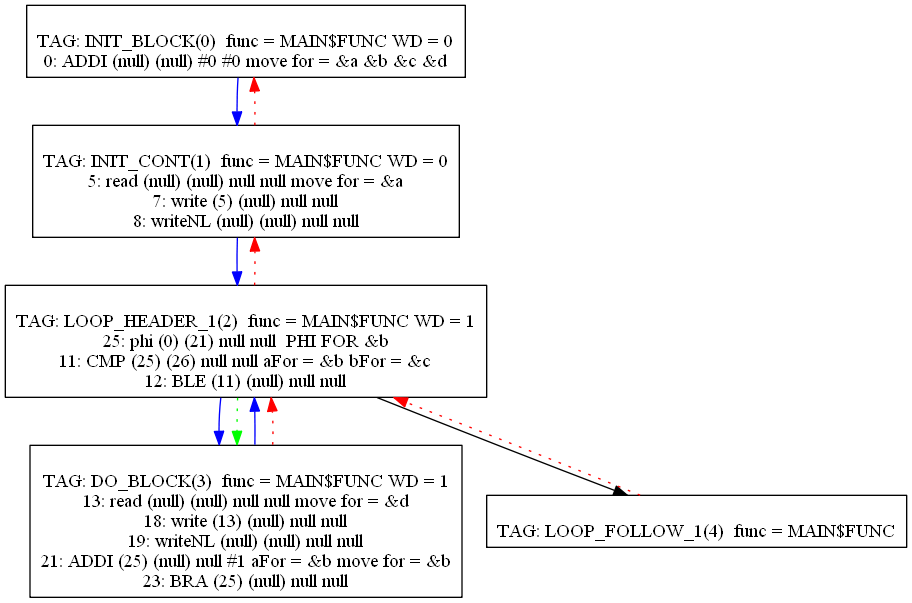
Earlier version of the Graphviz export Compiler/31graph.png (mbajaj92/Project-Astoria). Its source is kept beside it as Compiler/31graph.dot.
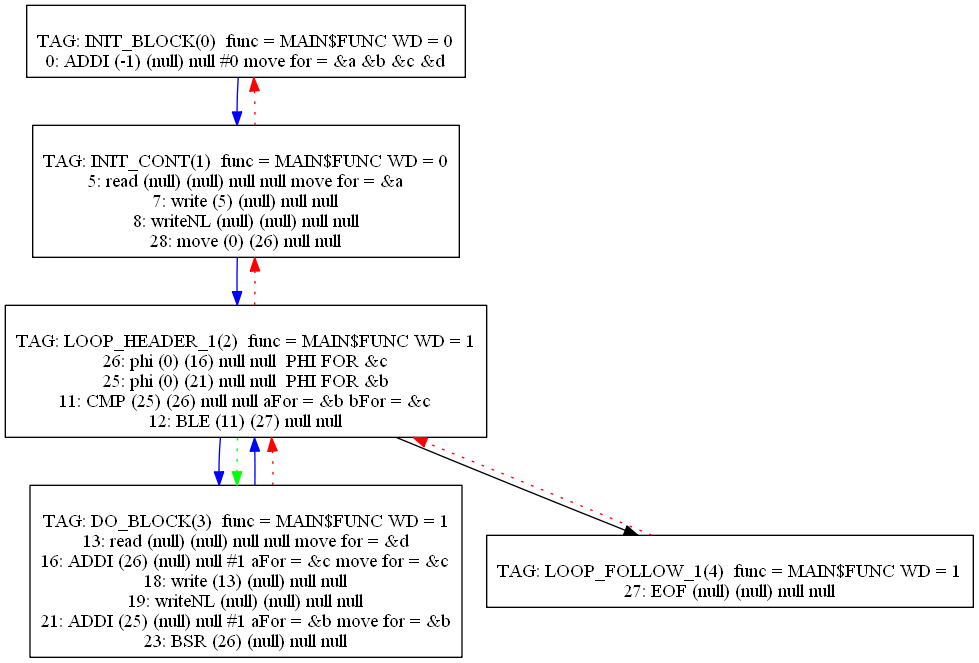
After the change.

The edit, as a diff of the source:
```diff
@@ -1,7 +1,7 @@
 digraph {
 0[label="
 TAG: INIT_BLOCK(0)  func = MAIN$FUNC WD = 0
-0: ADDI (null) (null) #0 #0 move for = &a &b &c &d
+0: ADDI (-1) (null) null #0 move for = &a &b &c &d
 "];
 0[shape=box];
 0 -> 1[color=blue]
@@ -10,15 +10,17 @@
 5: read (null) (null) null null move for = &a
 7: write (5) (null) null null
 8: writeNL (null) (null) null null
+28: move (0) (26) null null
 "];
 1[shape=box];
 1 -> 2[color=blue]
 1 -> 0[color=red][style=dotted]
 2[label="
 TAG: LOOP_HEADER_1(2)  func = MAIN$FUNC WD = 1
+26: phi (0) (16) null null  PHI FOR &c
 25: phi (0) (21) null null  PHI FOR &b
 11: CMP (25) (26) null null aFor = &b bFor = &c
-12: BLE (11) (null) null null
+12: BLE (11) (27) null null
 "];
 2[shape=box];
 2 -> 3[color=blue]
@@ -28,16 +30,18 @@
 3[label="
 TAG: DO_BLOCK(3)  func = MAIN$FUNC WD = 1
 13: read (null) (null) null null move for = &d
+16: ADDI (26) (null) null #1 aFor = &c move for = &c
 18: write (13) (null) null null
 19: writeNL (null) (null) null null
 21: ADDI (25) (null) null #1 aFor = &b move for = &b
-23: BRA (25) (null) null null
+23: BSR (26) (null) null null
 "];
 3[shape=box];
 3 -> 2[color=blue]
 3 -> 2[color=red][style=dotted]
 4[label="
-TAG: LOOP_FOLLOW_1(4)  func = MAIN$FUNC
+TAG: LOOP_FOLLOW_1(4)  func = MAIN$FUNC WD = 1
+27: EOF (null) (null) null null
 "];
 4[shape=box];
 4 -> 2[color=red][style=dotted]
```
